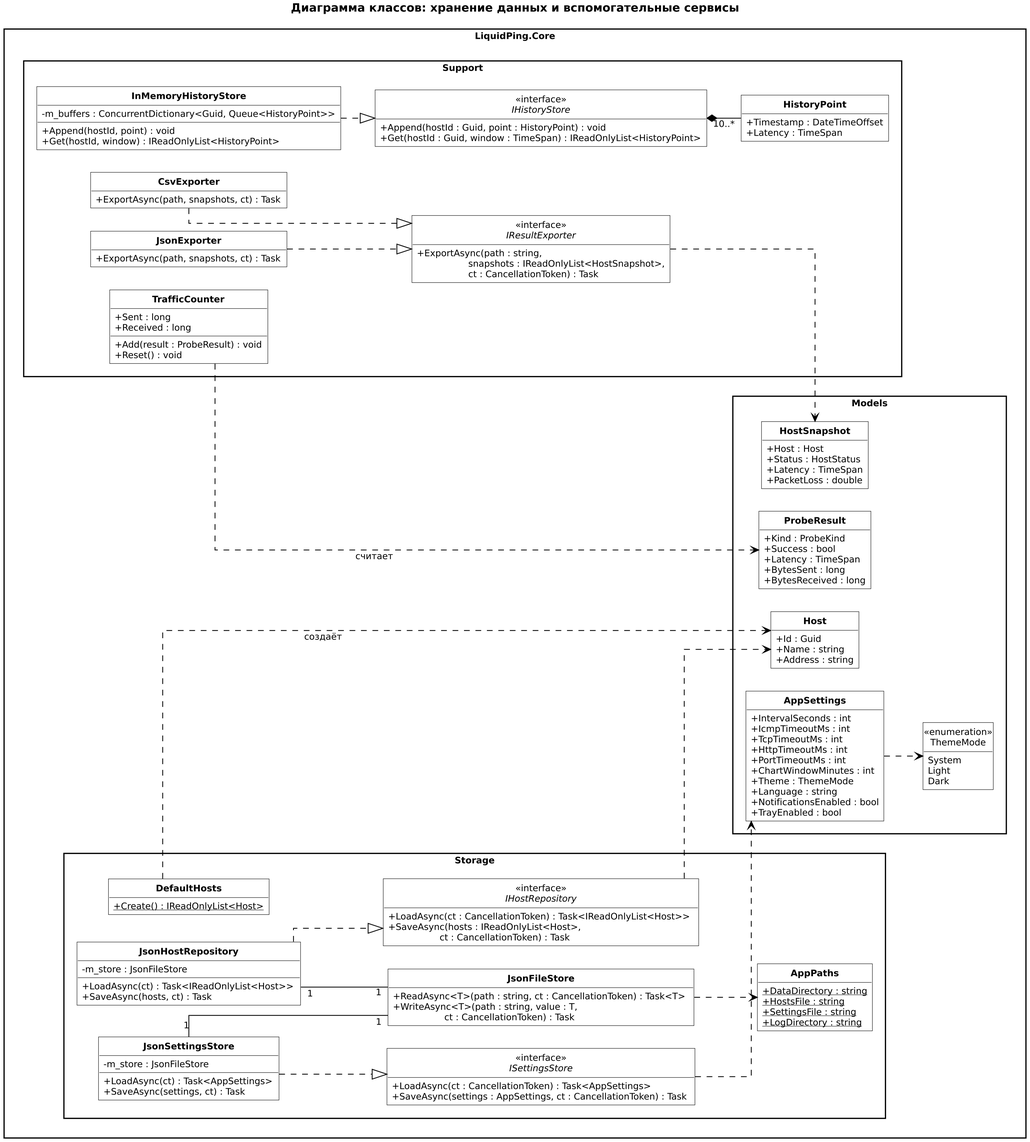
Before: docs/uml/img/class-storage.png, a diagram exported from PlantUML (Levandovskii/liquid-ping). Its source is kept beside it as docs/uml/src/class-storage.puml.
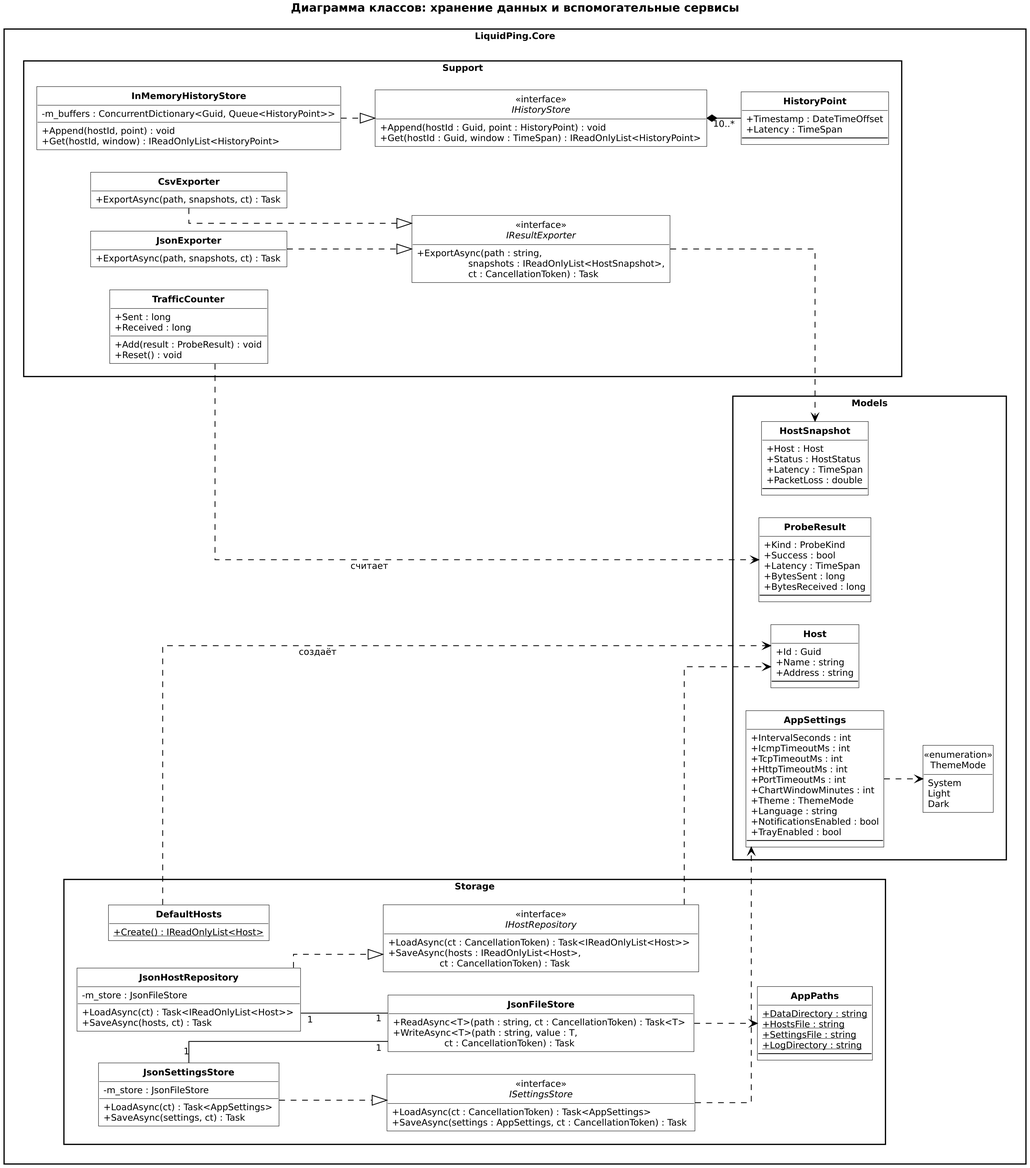
The same diagram one commit later.

Commit message:
fix: add empty space for methods to every class

Diff of the diagram source:
```diff
@@ -31,6 +31,7 @@
       +Id : Guid
       +Name : string
       +Address : string
+      --
     }
 
     class "**ProbeResult**" as ProbeResult {
@@ -39,6 +40,7 @@
       +Latency : TimeSpan
       +BytesSent : long
       +BytesReceived : long
+      --
     }
 
     class "**HostSnapshot**" as HostSnapshot {
@@ -46,6 +48,7 @@
       +Status : HostStatus
       +Latency : TimeSpan
       +PacketLoss : double
+      --
     }
 
     class "**AppSettings**" as AppSettings {
@@ -59,6 +62,7 @@
       +Language : string
       +NotificationsEnabled : bool
       +TrayEnabled : bool
+      --
     }
 
     enum "ThemeMode" as ThemeMode <<enumeration>> {
@@ -101,6 +105,7 @@
       +{static} HostsFile : string
       +{static} SettingsFile : string
       +{static} LogDirectory : string
+      --
     }
 
     class "**DefaultHosts**" as DefaultHosts {
@@ -123,6 +128,7 @@
     class "**HistoryPoint**" as HistoryPoint {
       +Timestamp : DateTimeOffset
       +Latency : TimeSpan
+      --
     }
 
     class "**TrafficCounter**" as TrafficCounter {
```
